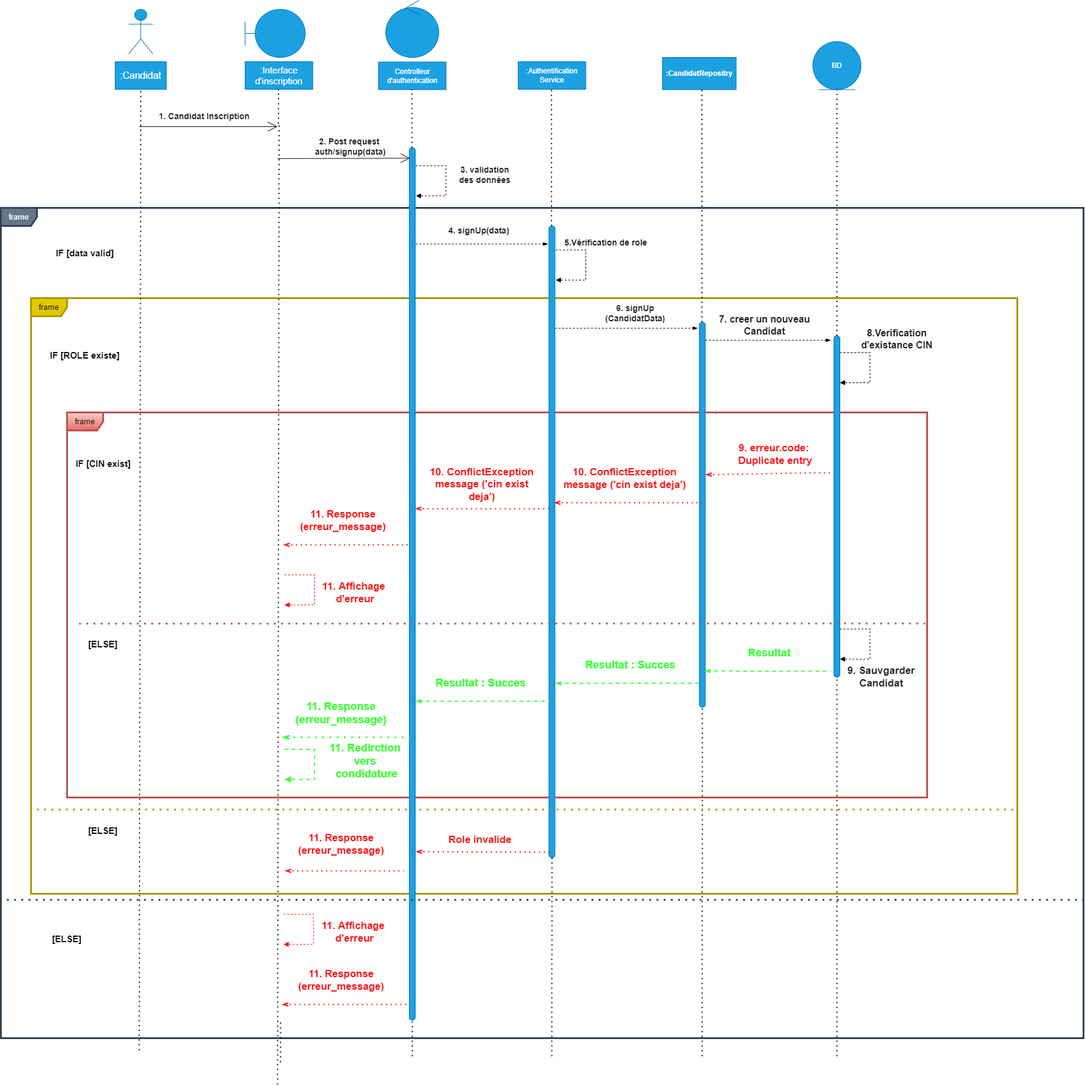
The draw.io diagram s'inscrir.drawio.png in yassineraddaoui/UmlPFE, before a commit. Source tidied: cells renumbered, new cells last; positions are measured from the earlier drawing's top-left corner, leaving out a move shared by most shapes.
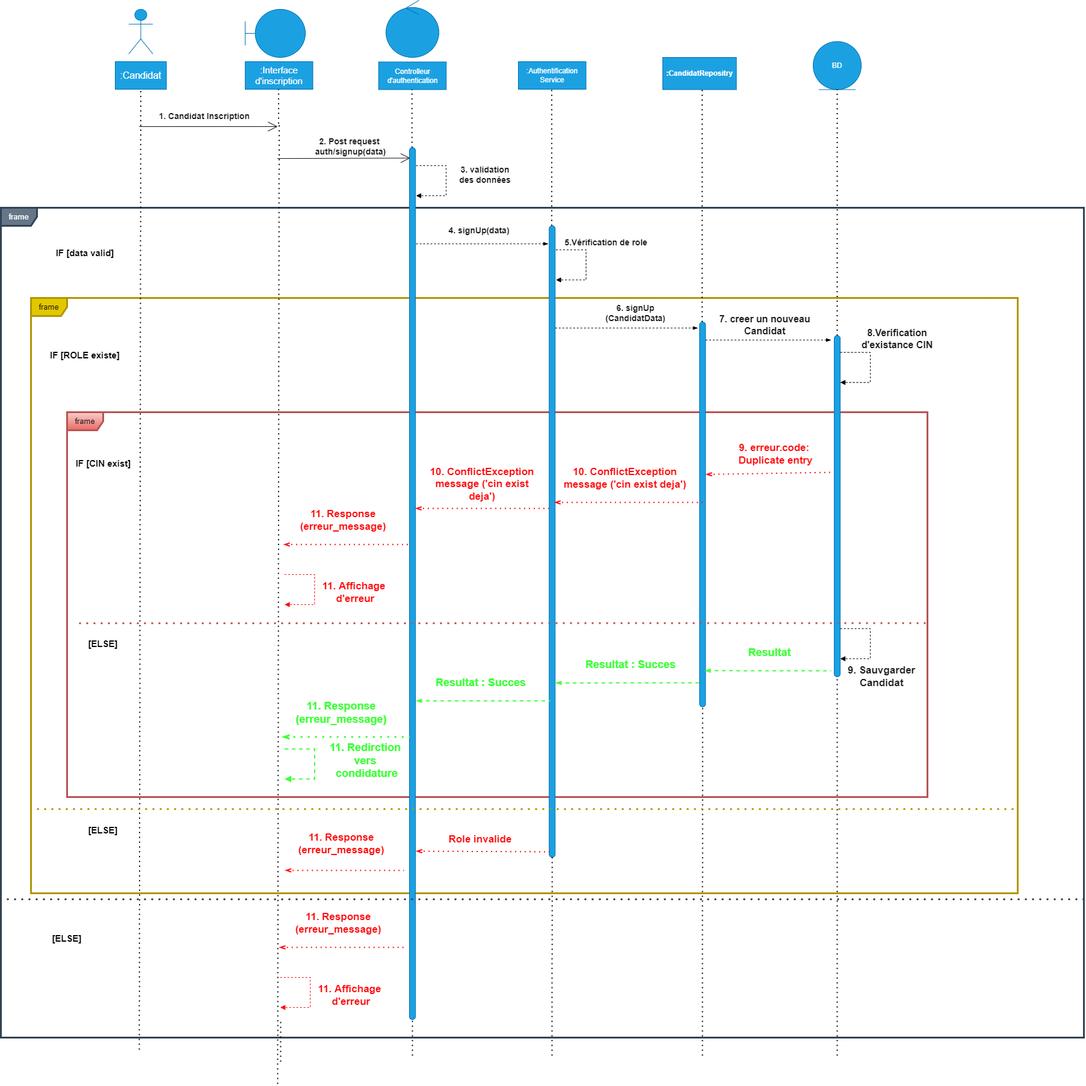
The same diagram one commit later.

What changed in the source:
```diff
@@ -276,15 +276,6 @@
     <mxCell id="65" value="&lt;b&gt;11. Response (erreur_message)&lt;/b&gt;" style="text;html=1;strokeColor=none;fillColor=none;align=center;verticalAlign=middle;whiteSpace=wrap;rounded=0;labelBackgroundColor=#FFFFFF;fontSize=17;fontColor=#FF0808;" parent="1" vertex="1">
       <mxGeometry x="476.2" y="1373" width="179.6" height="60" as="geometry" />
     </mxCell>
-    <mxCell id="66" style="endArrow=none;dashed=1;html=1;dashPattern=1 3;strokeWidth=2;rounded=0;fontSize=14;fontColor=#FF0808;startArrow=openThin;startFill=0;strokeColor=#FF0808;" parent="1" edge="1">
-      <mxGeometry relative="1" as="geometry">
-        <mxPoint x="467.6" y="1669" as="sourcePoint" />
-        <mxPoint x="679" y="1669" as="targetPoint" />
-      </mxGeometry>
-    </mxCell>
-    <mxCell id="67" value="&lt;b&gt;11. Response (erreur_message)&lt;/b&gt;" style="text;html=1;strokeColor=none;fillColor=none;align=center;verticalAlign=middle;whiteSpace=wrap;rounded=0;labelBackgroundColor=#FFFFFF;fontSize=17;fontColor=#FF0808;" parent="1" vertex="1">
-      <mxGeometry x="476.2" y="1599" width="179.6" height="60" as="geometry" />
-    </mxCell>
     <mxCell id="68" style="endArrow=none;dashed=1;html=1;dashPattern=1 3;strokeWidth=2;rounded=0;fontSize=16;fontColor=#1BA1E2;entryX=0.5;entryY=1;entryDx=0;entryDy=0;" parent="1" edge="1">
       <mxGeometry relative="1" as="geometry">
         <mxPoint x="465" y="1765" as="sourcePoint" />
@@ -303,18 +294,6 @@
     <mxCell id="70" value="&lt;b&gt;11. Affichage&lt;br&gt;&amp;nbsp;d'erreur&lt;/b&gt;" style="text;html=1;strokeColor=none;fillColor=none;align=center;verticalAlign=middle;whiteSpace=wrap;rounded=0;labelBackgroundColor=#FFFFFF;fontSize=17;fontColor=#FF0808;" parent="1" vertex="1">
       <mxGeometry x="495" y="955" width="184" height="60" as="geometry" />
     </mxCell>
-    <mxCell id="71" style="endArrow=block;html=1;rounded=0;dashed=1;fontSize=14;fontColor=#1BA1E2;edgeStyle=orthogonalEdgeStyle;endFill=1;strokeColor=#FF0808;" parent="1" edge="1">
-      <mxGeometry relative="1" as="geometry">
-        <mxPoint x="470" y="1519" as="sourcePoint" />
-        <mxPoint x="470" y="1569" as="targetPoint" />
-        <Array as="points">
-          <mxPoint x="520" y="1519" />
-        </Array>
-      </mxGeometry>
-    </mxCell>
-    <mxCell id="72" value="&lt;b&gt;11. Affichage&lt;br&gt;&amp;nbsp;d'erreur&lt;/b&gt;" style="text;html=1;strokeColor=none;fillColor=none;align=center;verticalAlign=middle;whiteSpace=wrap;rounded=0;labelBackgroundColor=#FFFFFF;fontSize=17;fontColor=#FF0808;" parent="1" vertex="1">
-      <mxGeometry x="493.5" y="1519.1" width="184" height="60" as="geometry" />
-    </mxCell>
     <mxCell id="73" style="endArrow=block;html=1;rounded=0;dashed=1;fontSize=14;fontColor=#1BA1E2;edgeStyle=orthogonalEdgeStyle;endFill=1;strokeColor=#41FF3B;fillColor=#60a917;strokeWidth=2;" parent="1" edge="1">
       <mxGeometry relative="1" as="geometry">
         <mxPoint x="471.5" y="1245" as="sourcePoint" />
@@ -344,6 +323,27 @@
         <mxPoint x="130" y="1036" as="sourcePoint" />
       </mxGeometry>
     </mxCell>
+    <mxCell id="87" style="endArrow=none;dashed=1;html=1;dashPattern=1 3;strokeWidth=2;rounded=0;fontSize=14;fontColor=#FF0808;startArrow=openThin;startFill=0;strokeColor=#FF0808;" parent="1" edge="1">
+      <mxGeometry relative="1" as="geometry">
+        <mxPoint x="462.8" y="1575" as="sourcePoint" />
+        <mxPoint x="674.2" y="1575" as="targetPoint" />
+      </mxGeometry>
+    </mxCell>
+    <mxCell id="67" value="&lt;b&gt;11. Response (erreur_message)&lt;/b&gt;" style="text;html=1;strokeColor=none;fillColor=none;align=center;verticalAlign=middle;whiteSpace=wrap;rounded=0;labelBackgroundColor=#FFFFFF;fontSize=17;fontColor=#FF0808;" parent="1" vertex="1">
+      <mxGeometry x="471.5" y="1505" width="179.6" height="60" as="geometry" />
+    </mxCell>
+    <mxCell id="88" style="endArrow=block;html=1;rounded=0;dashed=1;fontSize=14;fontColor=#1BA1E2;edgeStyle=orthogonalEdgeStyle;endFill=1;strokeColor=#FF0808;" parent="1" edge="1">
+      <mxGeometry relative="1" as="geometry">
+        <mxPoint x="464.3" y="1624.9" as="sourcePoint" />
+        <mxPoint x="464.3" y="1674.9" as="targetPoint" />
+        <Array as="points">
+          <mxPoint x="514.3" y="1624.9" />
+        </Array>
+      </mxGeometry>
+    </mxCell>
+    <mxCell id="72" value="&lt;b&gt;11. Affichage&lt;br&gt;&amp;nbsp;d'erreur&lt;/b&gt;" style="text;html=1;strokeColor=none;fillColor=none;align=center;verticalAlign=middle;whiteSpace=wrap;rounded=0;labelBackgroundColor=#FFFFFF;fontSize=17;fontColor=#FF0808;" parent="1" vertex="1">
+      <mxGeometry x="487.8" y="1625" width="184" height="60" as="geometry" />
+    </mxCell>
     <mxCell id="78" value="Untitled Layer" parent="0" />
     <mxCell id="79" value="&lt;font style=&quot;font-size: 15px;&quot;&gt;IF [data valid]&lt;/font&gt;" style="text;html=1;strokeColor=none;fillColor=none;align=center;verticalAlign=middle;whiteSpace=wrap;rounded=0;labelBackgroundColor=none;fontSize=15;fontColor=default;fontStyle=1;" parent="78" vertex="1">
       <mxGeometry x="60" y="405" width="160" height="30" as="geometry" />
```
